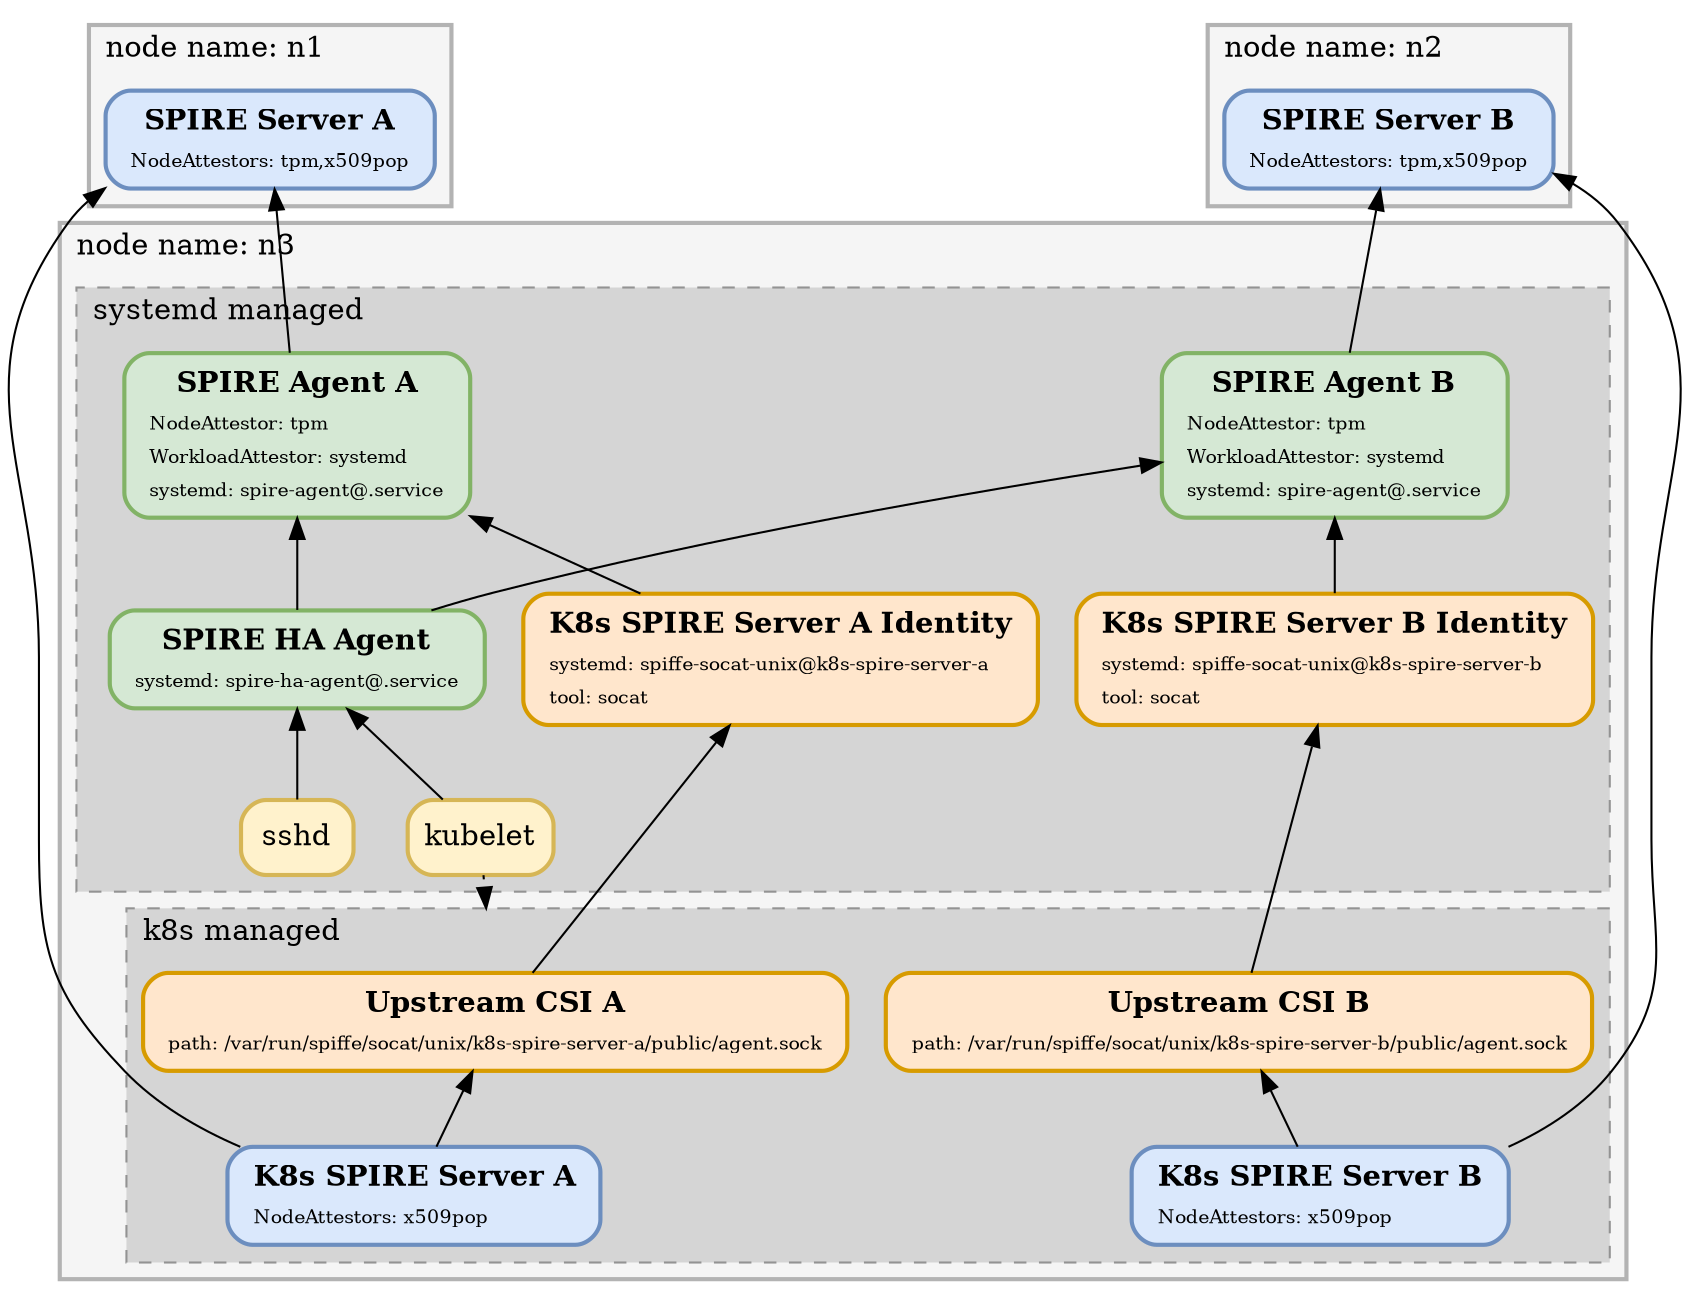
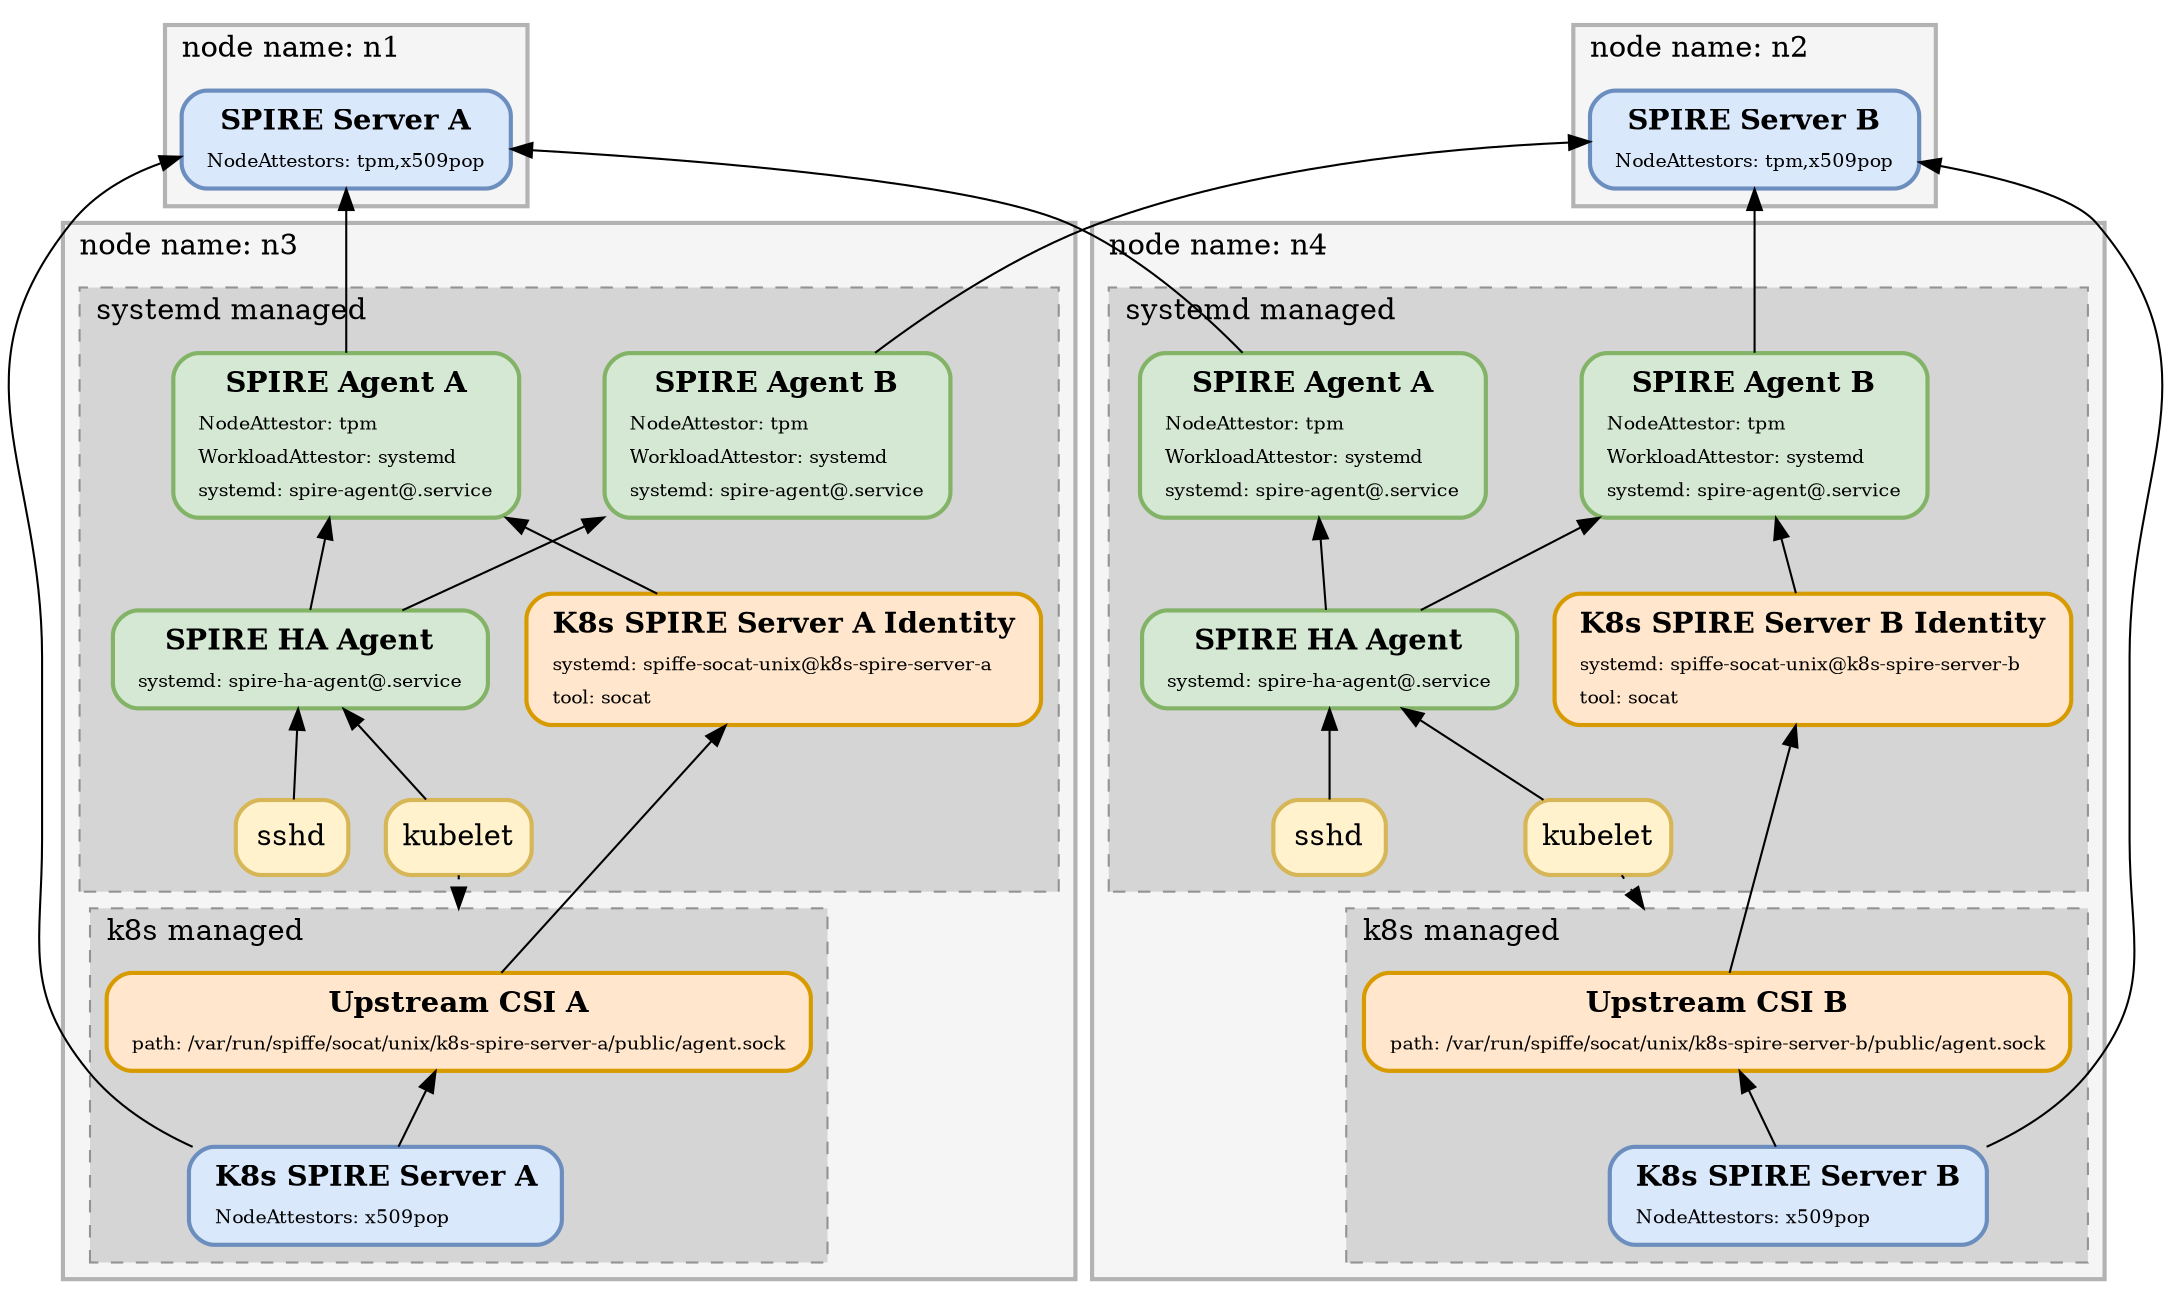
digraph G {
-     compound=true;
+   compound=true;
+ 
+   # --- ROOT SERVERS ---
  subgraph cluster_server1 {
-       label = "node name: n1"
-       #style = dashed
-         style="filled,solid,bold";
-         color="#b3b3b3";
-         fillcolor="#f5f5f5";
-         labeljust="l";
+     label = "node name: n1"
+     style="filled,solid,bold";
+     color="#b3b3b3";
+     fillcolor="#f5f5f5";
+     labeljust="l";

    spire_server_1[label=<<table border="0"><tr><td><b>SPIRE Server A</b></td></tr><tr><td align="left"><font point-size="9">NodeAttestors: tpm,x509pop</font></td></tr></table>>,shape="record",style="rounded,solid,filled,bold",color="#6c8ebf",fillcolor="#dae8fc"]
  }

  subgraph cluster_server2 {
- 
-       label = "node name: n2"
-       #style = dashed
-         style="filled,solid,bold";
-         color="#b3b3b3";
-         fillcolor="#f5f5f5";
-         labeljust="l";
+     label = "node name: n2"
+     style="filled,solid,bold";
+     color="#b3b3b3";
+     fillcolor="#f5f5f5";
+     labeljust="l";
    spire_server_2[label=<<table border="0"><tr><td><b>SPIRE Server B</b></td></tr><tr><td align="left"><font point-size="9">NodeAttestors: tpm,x509pop</font></td></tr></table>>,shape="record",style="rounded,solid,filled,bold",color="#6c8ebf",fillcolor="#dae8fc"]
  }

+   # --- NODE N3 (SPIRE SERVER A PIPELINE) ---
+   subgraph cluster_node3 {
+     label = "node name: n3"
+     style="filled,solid,bold";
+     color="#b3b3b3";
+     fillcolor="#f5f5f5";
+     labeljust="l";

-   subgraph cluster_node3 {
-       label = "node name: n3"
-       #style = dashed
-         style="filled,solid,bold";
-         color="#b3b3b3";
-         fillcolor="#f5f5f5";
-         labeljust="l";
+     subgraph cluster_node3_systemd {
+       label = "systemd managed"
+       style = "dashed,filled"
+       color="#939393";
+       fillcolor="#d5d5d5";
+       labeljust="l";

-       subgraph cluster_node1_systemd {
-           #label = "Systemd"
-           label = "systemd managed"
-           style = "dashed,filled"
-           color="#939393";
-           fillcolor="#d5d5d5";
+       spire_agent1[label=<<table border="0"><tr><td><b>SPIRE Agent A</b></td></tr><tr><td align="left"><font point-size="9">NodeAttestor: tpm</font></td></tr><tr><td align="left"><font point-size="9">WorkloadAttestor: systemd</font></td></tr><tr><td align="left"><font point-size="9">systemd: spire-agent@.service</font></td></tr></table>>,shape="record",style="rounded,solid,filled,bold",color="#82b366",fillcolor="#d5e8d4"]
+       spire_agent2_n3[label=<<table border="0"><tr><td><b>SPIRE Agent B</b></td></tr><tr><td align="left"><font point-size="9">NodeAttestor: tpm</font></td></tr><tr><td align="left"><font point-size="9">WorkloadAttestor: systemd</font></td></tr><tr><td align="left"><font point-size="9">systemd: spire-agent@.service</font></td></tr></table>>,shape="record",style="rounded,solid,filled,bold",color="#82b366",fillcolor="#d5e8d4"]

-        labeljust="l";
- 
-           spire_agent1[label=<<table border="0"><tr><td><b>SPIRE Agent A</b></td></tr><tr><td align="left"><font point-size="9">NodeAttestor: tpm</font></td></tr><tr><td align="left"><font point-size="9">WorkloadAttestor: systemd</font></td></tr><tr><td align="left"><font point-size="9">systemd: spire-agent@.service</font></td></tr></table>>,shape="record",style="rounded,solid,filled,bold",color="#82b366",fillcolor="#d5e8d4"]
-           spire_agent2[label=<<table border="0"><tr><td><b>SPIRE Agent B</b></td></tr><tr><td align="left"><font point-size="9">NodeAttestor: tpm</font></td></tr><tr><td align="left"><font point-size="9">WorkloadAttestor: systemd</font></td></tr><tr><td align="left"><font point-size="9">systemd: spire-agent@.service</font></td></tr></table>>,shape="record",style="rounded,solid,filled,bold",color="#82b366",fillcolor="#d5e8d4"]
-     subgraph cluster_tb {
+       subgraph cluster_tb_n3 {
        label=""
        style="invis"
-           spire_ha_agent[label=<<table border="0"><tr><td><b>SPIRE HA Agent</b></td></tr><tr><td align="left"><font point-size="9">systemd: spire-ha-agent@.service</font></td></tr></table>>,shape="record",style="rounded,solid,filled,bold",color="#82b366",fillcolor="#d5e8d4"]
- subgraph cluster_storage {
-           #spire_ha_agent_state_a[label="Trust Bundle A", shape=note,style="rounded,solid,filled,bold",fillcolor="#ffffff"]
-           #spire_ha_agent_state_b[label="Trust Bundle B", shape=note,style="rounded,solid,filled,bold",fillcolor="#ffffff"]
- }
-     }
-           sshd1[label="sshd",shape="box",style="rounded,solid,filled,bold",color="#d6b656",fillcolor="#fff2cc"]
-           kubelet1[label="kubelet",shape="box",style="rounded,solid,filled,bold",color="#d6b656",fillcolor="#fff2cc"]
-           k8s_spire_server_a[label=<<table border="0"><tr><td><b>K8s SPIRE Server A Identity</b></td></tr><tr><td align="left"><font point-size="9">systemd: spiffe-socat-unix@k8s-spire-server-a</font></td></tr><tr><td align="left"><font point-size="9">tool: socat</font></td></tr></table>>,shape="box",style="rounded,solid,filled,bold",color="#d79b00",fillcolor="#ffe6cc"]
-           k8s_spire_server_b[label=<<table border="0"><tr><td><b>K8s SPIRE Server B Identity</b></td></tr><tr><td align="left"><font point-size="9">systemd: spiffe-socat-unix@k8s-spire-server-b</font></td></tr><tr><td align="left"><font point-size="9">tool: socat</font></td></tr></table>>,shape="box",style="rounded,solid,filled,bold",color="#d79b00",fillcolor="#ffe6cc"]
+         spire_ha_agent_n3[label=<<table border="0"><tr><td><b>SPIRE HA Agent</b></td></tr><tr><td align="left"><font point-size="9">systemd: spire-ha-agent@.service</font></td></tr></table>>,shape="record",style="rounded,solid,filled,bold",color="#82b366",fillcolor="#d5e8d4"]
      }

-       subgraph cluster_node1_k8s {
-           #label = "Systemd"
-           label = "k8s managed"
-           style = "dashed,filled"
-           color="#939393";
-           fillcolor="#d5d5d5";
+       sshd1_n3[label="sshd",shape="box",style="rounded,solid,filled,bold",color="#d6b656",fillcolor="#fff2cc"]
+       kubelet1_n3[label="kubelet",shape="box",style="rounded,solid,filled,bold",color="#d6b656",fillcolor="#fff2cc"]
+       k8s_spire_server_a[label=<<table border="0"><tr><td><b>K8s SPIRE Server A Identity</b></td></tr><tr><td align="left"><font point-size="9">systemd: spiffe-socat-unix@k8s-spire-server-a</font></td></tr><tr><td align="left"><font point-size="9">tool: socat</font></td></tr></table>>,shape="box",style="rounded,solid,filled,bold",color="#d79b00",fillcolor="#ffe6cc"]
+     }

-        labeljust="l";
+     subgraph cluster_node3_k8s {
+       label = "k8s managed"
+       style = "dashed,filled"
+       color="#939393";
+       fillcolor="#d5d5d5";
+       labeljust="l";

-     k8s_upstream_csi_a[label=<<table border="0"><tr><td><b>Upstream CSI A</b></td></tr><tr><td align="left"><font point-size="9">path: /var/run/spiffe/socat/unix/k8s-spire-server-a/public/agent.sock</font></td></tr></table>>,shape="box",style="rounded,solid,filled,bold",color="#d79b00",fillcolor="#ffe6cc"]
-     k8s_upstream_csi_b[label=<<table border="0"><tr><td><b>Upstream CSI B</b></td></tr><tr><td align="left"><font point-size="9">path: /var/run/spiffe/socat/unix/k8s-spire-server-b/public/agent.sock</font></td></tr></table>>,shape="box",style="rounded,solid,filled,bold",color="#d79b00",fillcolor="#ffe6cc"]
-     spire_server_n1[label=<<table border="0"><tr><td><b>K8s SPIRE Server A</b></td></tr><tr><td align="left"><font point-size="9">NodeAttestors: x509pop</font></td></tr></table>>,shape="record",style="rounded,solid,filled,bold",color="#6c8ebf",fillcolor="#dae8fc"]
-     spire_server_n2[label=<<table border="0"><tr><td><b>K8s SPIRE Server B</b></td></tr><tr><td align="left"><font point-size="9">NodeAttestors: x509pop</font></td></tr></table>>,shape="record",style="rounded,solid,filled,bold",color="#6c8ebf",fillcolor="#dae8fc"]
-       }
+       k8s_upstream_csi_a[label=<<table border="0"><tr><td><b>Upstream CSI A</b></td></tr><tr><td align="left"><font point-size="9">path: /var/run/spiffe/socat/unix/k8s-spire-server-a/public/agent.sock</font></td></tr></table>>,shape="box",style="rounded,solid,filled,bold",color="#d79b00",fillcolor="#ffe6cc"]
+       spire_server_n1[label=<<table border="0"><tr><td><b>K8s SPIRE Server A</b></td></tr><tr><td align="left"><font point-size="9">NodeAttestors: x509pop</font></td></tr></table>>,shape="record",style="rounded,solid,filled,bold",color="#6c8ebf",fillcolor="#dae8fc"]
+     }
  }

+   # --- NODE N4 (SPIRE SERVER B PIPELINE) ---
+   subgraph cluster_node4 {
+     label = "node name: n4"
+     style="filled,solid,bold";
+     color="#b3b3b3";
+     fillcolor="#f5f5f5";
+     labeljust="l";
+ 
+     subgraph cluster_node4_systemd {
+       label = "systemd managed"
+       style = "dashed,filled"
+       color="#939393";
+       fillcolor="#d5d5d5";
+       labeljust="l";
+ 
+       spire_agent1_n4[label=<<table border="0"><tr><td><b>SPIRE Agent A</b></td></tr><tr><td align="left"><font point-size="9">NodeAttestor: tpm</font></td></tr><tr><td align="left"><font point-size="9">WorkloadAttestor: systemd</font></td></tr><tr><td align="left"><font point-size="9">systemd: spire-agent@.service</font></td></tr></table>>,shape="record",style="rounded,solid,filled,bold",color="#82b366",fillcolor="#d5e8d4"]
+       spire_agent2[label=<<table border="0"><tr><td><b>SPIRE Agent B</b></td></tr><tr><td align="left"><font point-size="9">NodeAttestor: tpm</font></td></tr><tr><td align="left"><font point-size="9">WorkloadAttestor: systemd</font></td></tr><tr><td align="left"><font point-size="9">systemd: spire-agent@.service</font></td></tr></table>>,shape="record",style="rounded,solid,filled,bold",color="#82b366",fillcolor="#d5e8d4"]
+ 
+       subgraph cluster_tb_n4 {
+         label=""
+         style="invis"
+         spire_ha_agent_n4[label=<<table border="0"><tr><td><b>SPIRE HA Agent</b></td></tr><tr><td align="left"><font point-size="9">systemd: spire-ha-agent@.service</font></td></tr></table>>,shape="record",style="rounded,solid,filled,bold",color="#82b366",fillcolor="#d5e8d4"]
+       }
+ 
+       sshd1_n4[label="sshd",shape="box",style="rounded,solid,filled,bold",color="#d6b656",fillcolor="#fff2cc"]
+       kubelet1_n4[label="kubelet",shape="box",style="rounded,solid,filled,bold",color="#d6b656",fillcolor="#fff2cc"]
+       k8s_spire_server_b[label=<<table border="0"><tr><td><b>K8s SPIRE Server B Identity</b></td></tr><tr><td align="left"><font point-size="9">systemd: spiffe-socat-unix@k8s-spire-server-b</font></td></tr><tr><td align="left"><font point-size="9">tool: socat</font></td></tr></table>>,shape="box",style="rounded,solid,filled,bold",color="#d79b00",fillcolor="#ffe6cc"]
+     }
+ 
+     subgraph cluster_node4_k8s {
+       label = "k8s managed"
+       style = "dashed,filled"
+       color="#939393";
+       fillcolor="#d5d5d5";
+       labeljust="l";
+ 
+       k8s_upstream_csi_b[label=<<table border="0"><tr><td><b>Upstream CSI B</b></td></tr><tr><td align="left"><font point-size="9">path: /var/run/spiffe/socat/unix/k8s-spire-server-b/public/agent.sock</font></td></tr></table>>,shape="box",style="rounded,solid,filled,bold",color="#d79b00",fillcolor="#ffe6cc"]
+       spire_server_n2[label=<<table border="0"><tr><td><b>K8s SPIRE Server B</b></td></tr><tr><td align="left"><font point-size="9">NodeAttestors: x509pop</font></td></tr></table>>,shape="record",style="rounded,solid,filled,bold",color="#6c8ebf",fillcolor="#dae8fc"]
+     }
+   }
+ 
+   # --- NETWORKING & LINKS ---
+ 
+   # Upstream Core Cross-Links
  spire_server_1 -> spire_agent1[dir=back]
+   spire_server_1 -> spire_agent1_n4[dir=back]
+   spire_server_2 -> spire_agent2_n3[dir=back]
  spire_server_2 -> spire_agent2[dir=back]
-   spire_agent1 -> spire_ha_agent[dir=back]
-   spire_agent2 -> spire_ha_agent[dir=back]
-   spire_ha_agent -> sshd1[dir=back]
-   spire_ha_agent -> kubelet1[dir=back]
+ 
+   # Node 3 Pipelines
+   spire_agent1 -> spire_ha_agent_n3[dir=back]
+   spire_agent2_n3 -> spire_ha_agent_n3[dir=back]
+   spire_ha_agent_n3 -> sshd1_n3[dir=back]
+   spire_ha_agent_n3 -> kubelet1_n3[dir=back]
  spire_agent1 -> k8s_spire_server_a[dir=back]
+   k8s_spire_server_a -> k8s_upstream_csi_a[dir=back]
+   k8s_upstream_csi_a -> spire_server_n1[dir=back]
+   kubelet1_n3 -> k8s_upstream_csi_a [lhead=cluster_node3_k8s, style=dotted]
+   spire_server_1 -> spire_server_n1 [dir=back]
+ 
+   # Node 4 Pipelines
+   spire_agent1_n4 -> spire_ha_agent_n4[dir=back]
+   spire_agent2 -> spire_ha_agent_n4[dir=back]
+   spire_ha_agent_n4 -> sshd1_n4[dir=back]
+   spire_ha_agent_n4 -> kubelet1_n4[dir=back]
  spire_agent2 -> k8s_spire_server_b[dir=back]
- 
-   k8s_spire_server_a -> k8s_upstream_csi_a[dir=back]
  k8s_spire_server_b -> k8s_upstream_csi_b[dir=back]
-  // k8s_upstream_csi_b -> k8s_spire_server_b
- 
-   k8s_upstream_csi_a -> spire_server_n1[dir=back]
  k8s_upstream_csi_b -> spire_server_n2[dir=back]
- //  k8s_spire_server_b -> spire_server_n2[dir=back]
- 
-   //kubelet1 -> cluster_node1_k8s
-   kubelet1 -> k8s_upstream_csi_a [lhead=cluster_node1_k8s, style=dotted]
-   spire_server_1 -> spire_server_n1 [dir=back]
+   kubelet1_n4 -> k8s_upstream_csi_b [lhead=cluster_node4_k8s, style=dotted]
  spire_server_2 -> spire_server_n2 [dir=back]
-   //kubelet1 -> spire_server_n1
-   //kubelet1 -> spire_server_n2
- 
- //  spire_ha_agent -> spire_ha_agent_state[dir=both, constraint=false]
-  // spire_ha_agent_state_a -> spire_ha_agent_state_b
-   //spire_agent1 -> spire_ha_agent_state_a
-   //spire_agent2 -> spire_ha_agent_state_b
-   //spire_ha_agent_state_a -> spire_ha_agent
-   //spire_ha_agent_state_b -> spire_ha_agent
}

